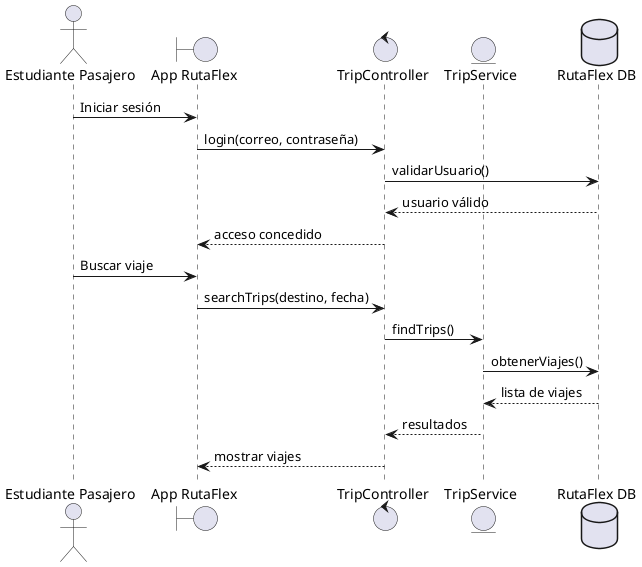
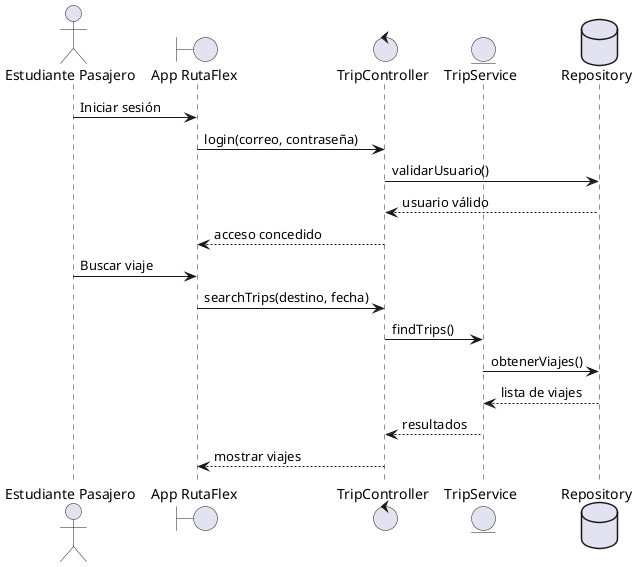
@startuml
actor "Estudiante Pasajero" as Passenger
boundary "App RutaFlex" as App
control "TripController" as TripC
entity "TripService" as TripS
- database "RutaFlex DB" as DB
+ database "Repository" as DB

Passenger -> App : Iniciar sesión
App -> TripC : login(correo, contraseña)
TripC -> DB : validarUsuario()
DB --> TripC : usuario válido
TripC --> App : acceso concedido

Passenger -> App : Buscar viaje
App -> TripC : searchTrips(destino, fecha)
TripC -> TripS : findTrips()
TripS -> DB : obtenerViajes()
DB --> TripS : lista de viajes
TripS --> TripC : resultados
TripC --> App : mostrar viajes

@enduml